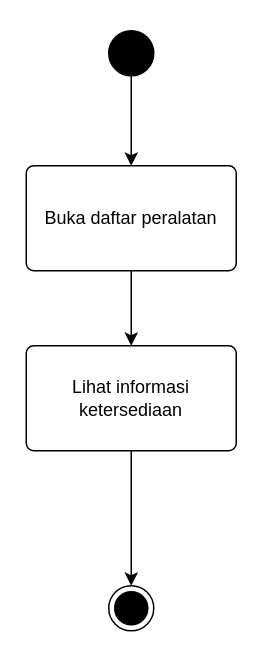
Before: 03_latihan_tools/P02/LAB/P02_2406002_LAB_notasi_usecase_v01.drawio in MuhammadYusufFaturahman-55/IFRWP5149_2406002_LabAlat, a draw.io diagram. Source tidied: cells renumbered, new cells numbered last; positions are measured from the earlier drawing's top-left corner, leaving out a move shared by most shapes. Both pictures are drawn from the tidied source at 150%, with x=0, y=0 at pixel (26, 30).
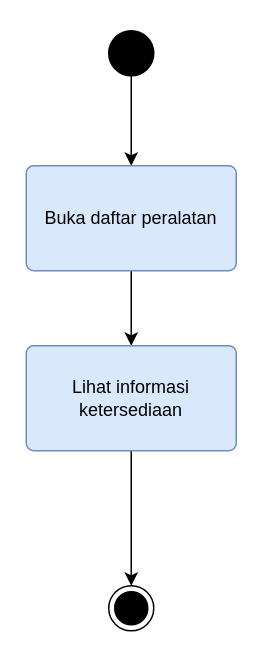
The same page after the edit.

Change to the diagram source:
```diff
@@
 <mxGraphModel>
   <root>
     <mxCell id="0" />
     <mxCell id="1" parent="0" />
     <mxCell id="2" style="edgeStyle=orthogonalEdgeStyle;rounded=0;jettySize=auto;html=1;" parent="1" edge="1" source="3" target="5">
       <mxGeometry relative="1" as="geometry" />
     </mxCell>
     <mxCell id="3" style="ellipse;fillColor=strokeColor;html=1;" parent="1" vertex="1">
       <mxGeometry x="55" width="30" height="30" as="geometry" />
     </mxCell>
     <mxCell id="4" style="edgeStyle=orthogonalEdgeStyle;rounded=0;jettySize=auto;html=1;" parent="1" edge="1" source="5" target="8">
       <mxGeometry relative="1" as="geometry" />
     </mxCell>
-    <mxCell id="5" value="Buka daftar peralatan" style="html=1;align=center;verticalAlign=middle;rounded=1;absoluteArcSize=1;arcSize=10;dashed=0;whiteSpace=wrap;" parent="1" vertex="1">
+    <mxCell id="5" value="Buka daftar peralatan" style="html=1;align=center;verticalAlign=middle;rounded=1;absoluteArcSize=1;arcSize=10;dashed=0;whiteSpace=wrap;fillColor=#dae8fc;strokeColor=#6c8ebf;" parent="1" vertex="1">
       <mxGeometry y="90" width="140" height="70" as="geometry" />
     </mxCell>
     <mxCell id="6" style="edgeStyle=orthogonalEdgeStyle;rounded=0;orthogonalLoop=1;jettySize=auto;html=1;innerLoopWaypoints=1;exitX=1;exitY=1;exitDx=0;exitDy=0;entryX=1;entryY=0;entryDx=0;entryDy=0;" parent="1" edge="1" source="3" target="3">
       <mxGeometry relative="1" as="geometry" />
     </mxCell>
     <mxCell id="7" style="edgeStyle=orthogonalEdgeStyle;rounded=0;jettySize=auto;html=1;" parent="1" edge="1" source="8" target="9">
       <mxGeometry relative="1" as="geometry" />
     </mxCell>
-    <mxCell id="8" value="Lihat informasi ketersediaan" style="html=1;align=center;verticalAlign=middle;rounded=1;absoluteArcSize=1;arcSize=10;dashed=0;whiteSpace=wrap;" parent="1" vertex="1">
+    <mxCell id="8" value="Lihat informasi ketersediaan" style="html=1;align=center;verticalAlign=middle;rounded=1;absoluteArcSize=1;arcSize=10;dashed=0;whiteSpace=wrap;fillColor=#dae8fc;strokeColor=#6c8ebf;" parent="1" vertex="1">
       <mxGeometry y="210" width="140" height="70" as="geometry" />
     </mxCell>
     <mxCell id="9" style="ellipse;html=1;shape=endState;fillColor=strokeColor;" parent="1" vertex="1">
       <mxGeometry x="55" y="370" width="30" height="30" as="geometry" />
     </mxCell>
   </root>
 </mxGraphModel>
```
